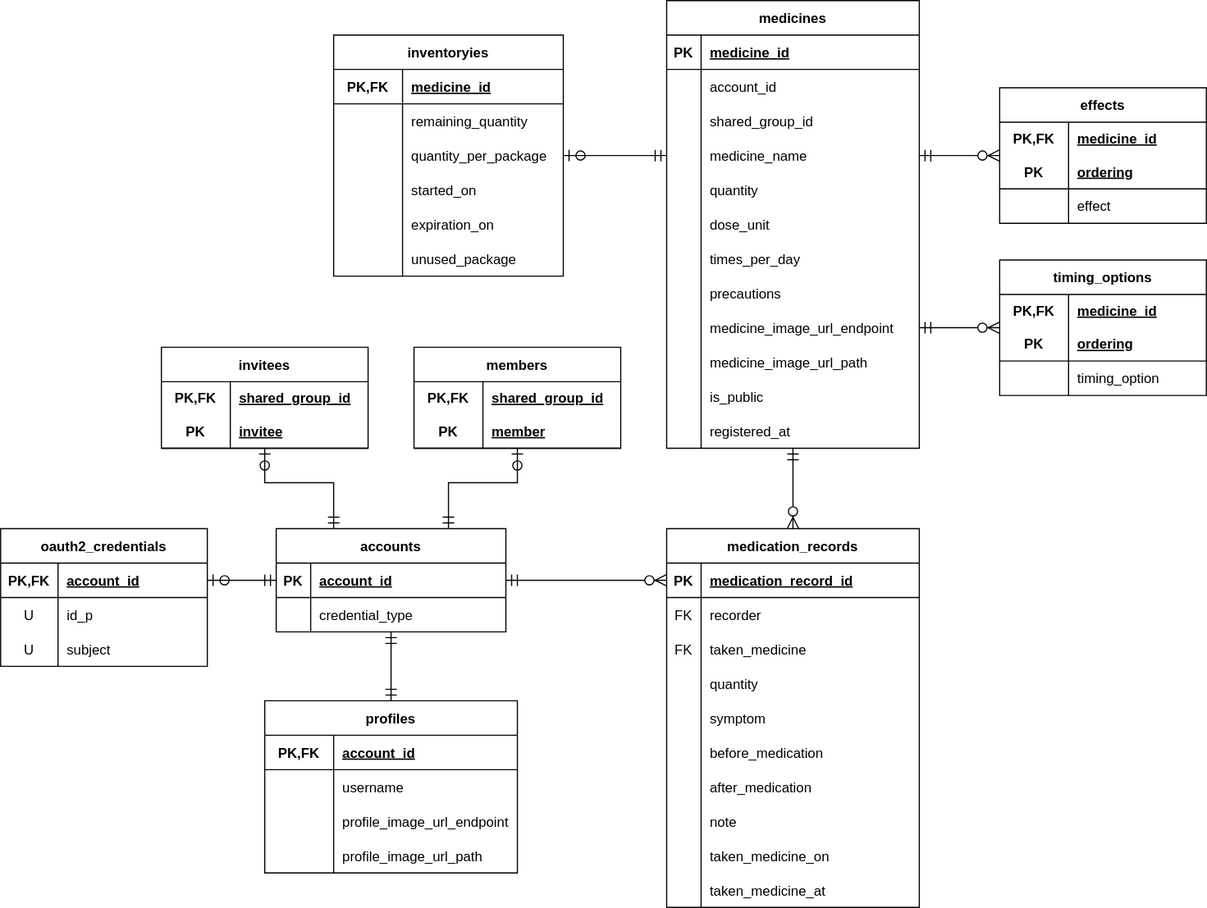
hiroe-mkk/medicine-diary-webapp keeps this draw.io diagram as docs/er.svg. Above is the earlier version. Source tidied: cells renumbered, new cells last; positions are measured from the earlier drawing's top-left corner, leaving out a move shared by most shapes.
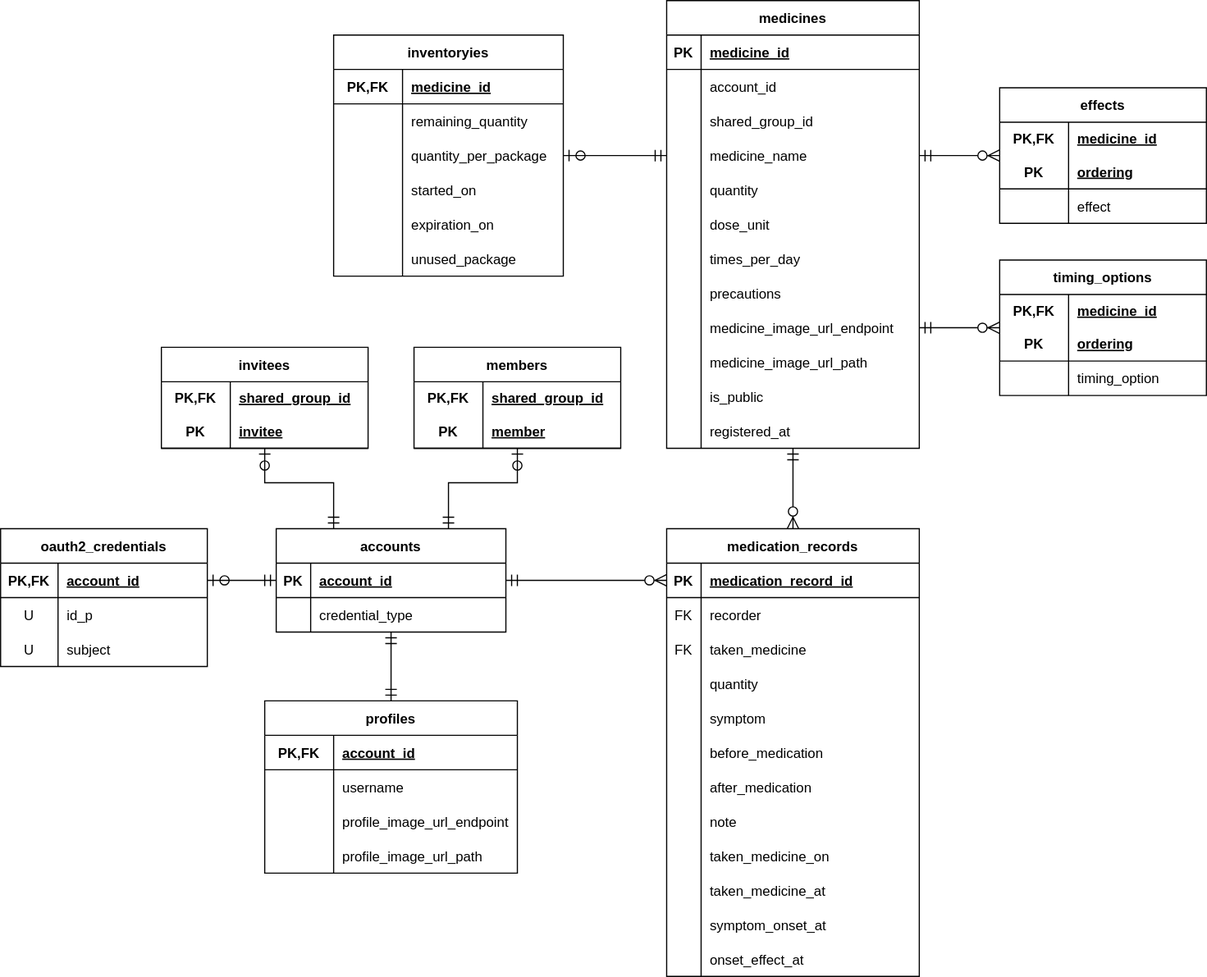
After the change.

What changed in the source:
```diff
@@ -177,7 +177,7 @@
       <mxGeometry relative="1" as="geometry" />
     </mxCell>
     <mxCell id="60" value="medication_records" style="shape=table;startSize=30;rowLines=0;fontStyle=1;align=center;" parent="1" vertex="1">
-      <mxGeometry x="580" y="460" width="220" height="330" as="geometry" />
+      <mxGeometry x="580" y="460" width="220" height="390" as="geometry" />
     </mxCell>
     <mxCell id="61" style="shape=partialRectangle;fillColor=none;top=0;left=0;bottom=1;right=0;points=[[0,0.5],[1,0.5]];portConstraint=eastwest;" parent="60" vertex="1">
       <mxGeometry y="30" width="220" height="30" as="geometry" />
@@ -269,6 +269,24 @@
     <mxCell id="90" value="taken_medicine_at" style="shape=partialRectangle;fillColor=none;top=0;left=0;bottom=0;right=0;align=left;spacingLeft=6;overflow=hidden;" parent="88" vertex="1">
       <mxGeometry x="30" width="190" height="30" as="geometry" />
     </mxCell>
+    <mxCell id="162" style="shape=partialRectangle;fillColor=none;top=0;left=0;bottom=0;right=0;" parent="60" vertex="1">
+      <mxGeometry y="330" width="220" height="30" as="geometry" />
+    </mxCell>
+    <mxCell id="163" style="shape=partialRectangle;fillColor=none;top=0;left=0;bottom=0;right=0;overflow=hidden;" parent="162" vertex="1">
+      <mxGeometry width="30" height="30" as="geometry" />
+    </mxCell>
+    <mxCell id="164" value="symptom_onset_at" style="shape=partialRectangle;fillColor=none;top=0;left=0;bottom=0;right=0;align=left;spacingLeft=6;overflow=hidden;" parent="162" vertex="1">
+      <mxGeometry x="30" width="190" height="30" as="geometry" />
+    </mxCell>
+    <mxCell id="165" style="shape=partialRectangle;fillColor=none;top=0;left=0;bottom=0;right=0;" parent="60" vertex="1">
+      <mxGeometry y="360" width="220" height="30" as="geometry" />
+    </mxCell>
+    <mxCell id="166" style="shape=partialRectangle;fillColor=none;top=0;left=0;bottom=0;right=0;overflow=hidden;" parent="165" vertex="1">
+      <mxGeometry width="30" height="30" as="geometry" />
+    </mxCell>
+    <mxCell id="167" value="onset_effect_at" style="shape=partialRectangle;fillColor=none;top=0;left=0;bottom=0;right=0;align=left;spacingLeft=6;overflow=hidden;" parent="165" vertex="1">
+      <mxGeometry x="30" width="190" height="30" as="geometry" />
+    </mxCell>
     <mxCell id="91" value="effects" style="shape=table;startSize=30;rowLines=0;fontStyle=1;align=center;" parent="1" vertex="1">
       <mxGeometry x="870" y="76" width="180" height="118" as="geometry" />
     </mxCell>
```
